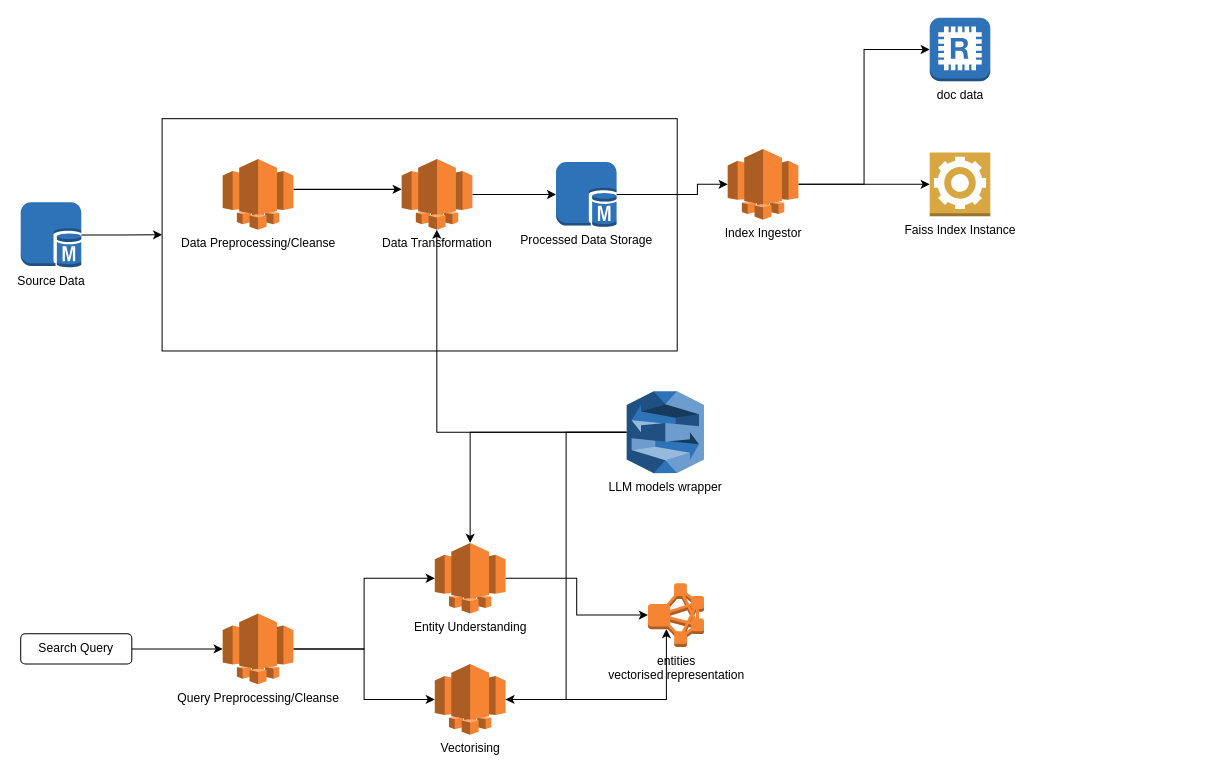
Above: Architecture Diagram.drawio in vinceliorg/retailsearch (draw.io), before the change. Source tidied: cells renumbered, new cells numbered last; positions are measured from the earlier drawing's top-left corner, leaving out a move shared by most shapes. Both pictures are drawn from the tidied source at 101%, with x=0, y=0 at pixel (20, 17).
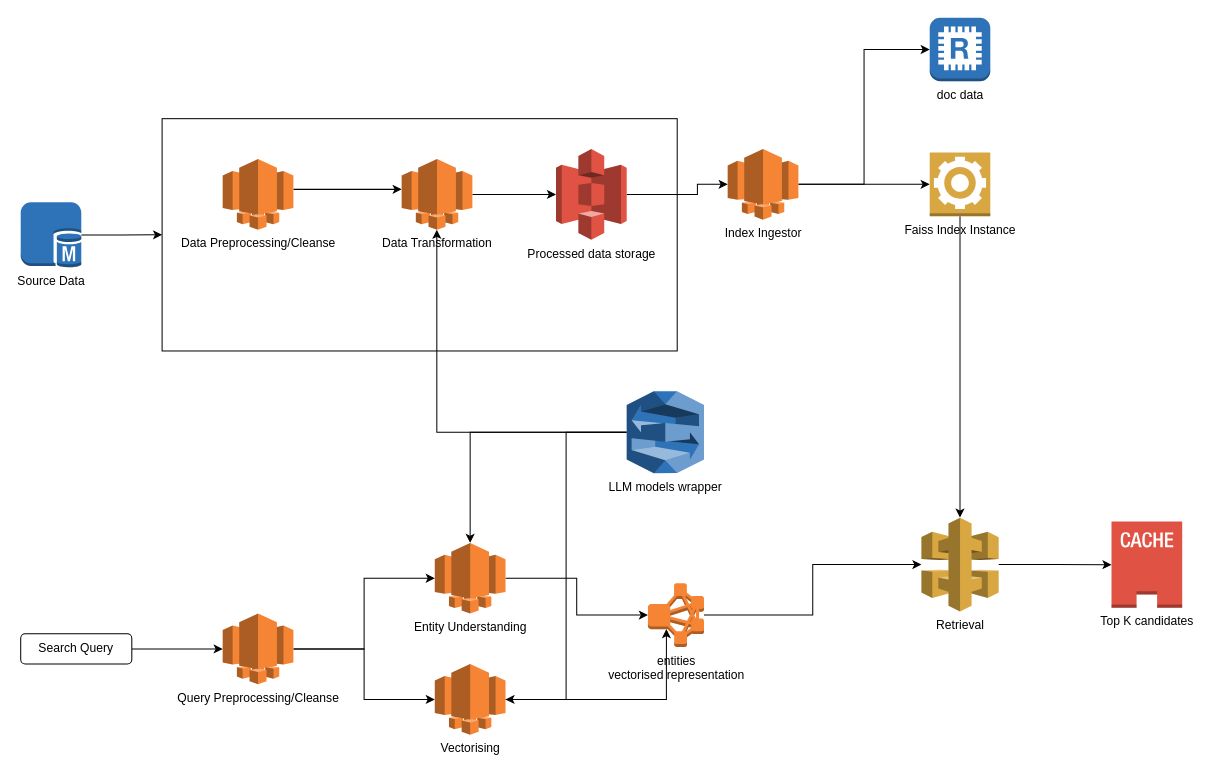
The same page after the edit.

The change refers to these unchanged cells:
```xml
<mxCell id="8" value="Data Transformation" style="outlineConnect=0;dashed=0;verticalLabelPosition=bottom;verticalAlign=top;align=center;html=1;shape=mxgraph.aws3.lightsail;fillColor=#F58534;gradientColor=none;" parent="1" vertex="1">
  <mxGeometry x="377.2" y="140" width="70" height="70" as="geometry" />
</mxCell>
<mxCell id="15" value="Index Ingestor" style="outlineConnect=0;dashed=0;verticalLabelPosition=bottom;verticalAlign=top;align=center;html=1;shape=mxgraph.aws3.lightsail;fillColor=#F58534;gradientColor=none;" parent="1" vertex="1">
  <mxGeometry x="700" y="130" width="70" height="70" as="geometry" />
</mxCell>
<mxCell id="18" value="Faiss Index Instance" style="outlineConnect=0;dashed=0;verticalLabelPosition=bottom;verticalAlign=top;align=center;html=1;shape=mxgraph.aws3.worker;fillColor=#D9A741;gradientColor=none;" parent="1" vertex="1">
  <mxGeometry x="900" y="133.5" width="60" height="63" as="geometry" />
</mxCell>
<mxCell id="29" value="entities&lt;br&gt;vectorised representation" style="outlineConnect=0;dashed=0;verticalLabelPosition=bottom;verticalAlign=top;align=center;html=1;shape=mxgraph.aws3.emr_cluster;fillColor=#F58534;gradientColor=none;" parent="1" vertex="1">
  <mxGeometry x="621" y="560" width="55.5" height="63" as="geometry" />
</mxCell>
```

Diff of the diagram source:
```diff
@@
-    <mxCell id="7" style="edgeStyle=orthogonalEdgeStyle;rounded=0;jettySize=auto;html=1;" parent="1" edge="1" source="8" target="17">
+    <mxCell id="7" style="edgeStyle=orthogonalEdgeStyle;rounded=0;jettySize=auto;html=1;entryX=0;entryY=0.5;entryDx=0;entryDy=0;entryPerimeter=0;" parent="1" edge="1" source="8" target="34">
       <mxGeometry relative="1" as="geometry" />
     </mxCell>
@@
-    <mxCell id="16" style="edgeStyle=orthogonalEdgeStyle;rounded=0;jettySize=auto;html=1;" parent="1" edge="1" source="17" target="15">
+    <mxCell id="16" style="edgeStyle=orthogonalEdgeStyle;rounded=0;jettySize=auto;html=1;exitX=1;exitY=0.5;exitDx=0;exitDy=0;exitPerimeter=0;" parent="1" edge="1" source="34" target="15">
       <mxGeometry relative="1" as="geometry">
         <Array as="points">
           <mxPoint x="670" y="175" />
           <mxPoint x="670" y="165" />
         </Array>
       </mxGeometry>
     </mxCell>
-    <mxCell id="17" value="Processed Data Storage" style="outlineConnect=0;dashed=0;verticalLabelPosition=bottom;verticalAlign=top;align=center;html=1;shape=mxgraph.aws3.sql_master;fillColor=#2E73B8;gradientColor=none;" parent="1" vertex="1">
-      <mxGeometry x="530" y="142.8" width="60" height="64.5" as="geometry" />
-    </mxCell>
+    <mxCell id="30" style="edgeStyle=orthogonalEdgeStyle;rounded=0;jettySize=auto;html=1;" parent="1" edge="1" source="18" target="33">
+      <mxGeometry relative="1" as="geometry">
+        <Array as="points">
+          <mxPoint x="930" y="440" />
+          <mxPoint x="930" y="440" />
+        </Array>
+      </mxGeometry>
+    </mxCell>
@@
+    <mxCell id="31" style="edgeStyle=orthogonalEdgeStyle;rounded=0;jettySize=auto;html=1;" parent="1" edge="1" source="29" target="33">
+      <mxGeometry relative="1" as="geometry" />
+    </mxCell>
@@
+    <mxCell id="32" style="edgeStyle=orthogonalEdgeStyle;rounded=0;jettySize=auto;html=1;" parent="1" edge="1" source="33" target="35">
+      <mxGeometry relative="1" as="geometry" />
+    </mxCell>
+    <mxCell id="33" value="Retrieval" style="outlineConnect=0;dashed=0;verticalLabelPosition=bottom;verticalAlign=top;align=center;html=1;shape=mxgraph.aws3.api_gateway;fillColor=#D9A741;gradientColor=none;" parent="1" vertex="1">
+      <mxGeometry x="891.8" y="495" width="76.5" height="93" as="geometry" />
+    </mxCell>
+    <mxCell id="34" value="Processed data storage" style="outlineConnect=0;dashed=0;verticalLabelPosition=bottom;verticalAlign=top;align=center;html=1;shape=mxgraph.aws3.s3;fillColor=#E05243;gradientColor=none;" parent="1" vertex="1">
+      <mxGeometry x="530" y="130" width="70" height="90" as="geometry" />
+    </mxCell>
+    <mxCell id="35" value="Top K candidates" style="outlineConnect=0;dashed=0;verticalLabelPosition=bottom;verticalAlign=top;align=center;html=1;shape=mxgraph.aws3.cached_volume;fillColor=#E05243;gradientColor=none;" parent="1" vertex="1">
+      <mxGeometry x="1080" y="498.8" width="70" height="85.5" as="geometry" />
+    </mxCell>
```
